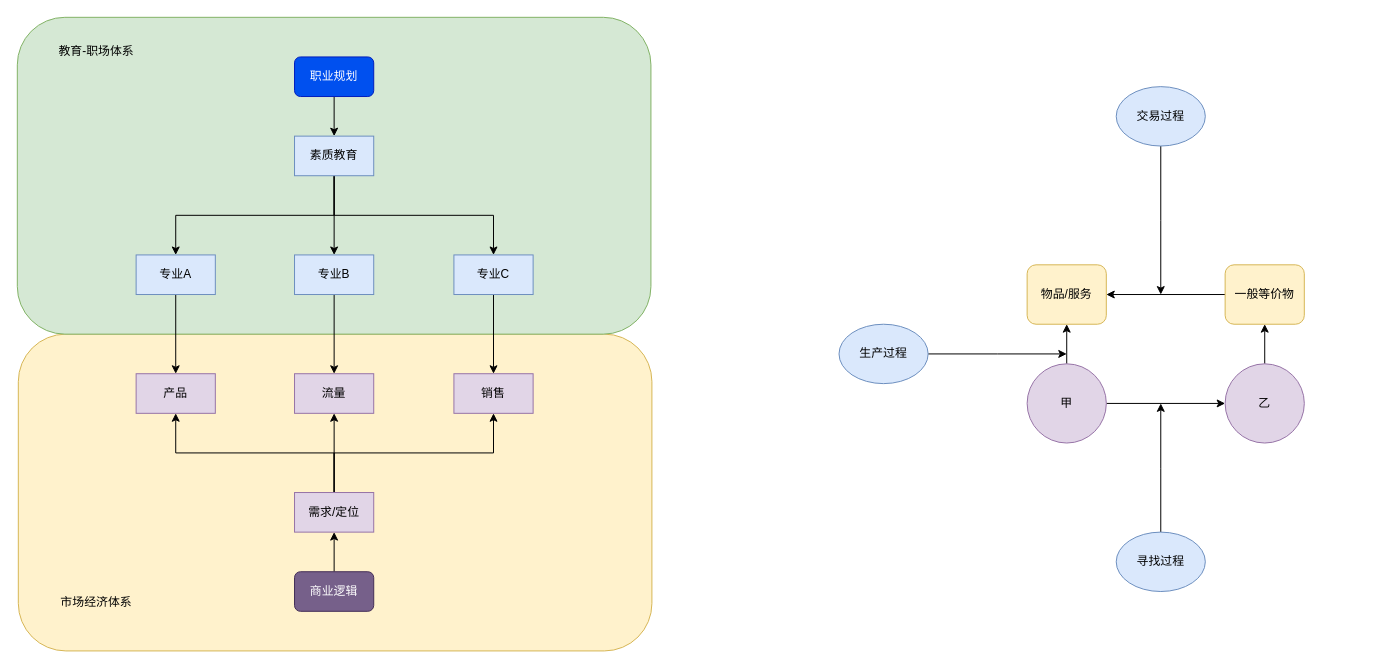
This is 转变.drawio from youyusan/life_system, a draw.io file, before an edit. Source tidied: cells renumbered, new cells numbered last; positions are measured from the earlier drawing's top-left corner, leaving out a move shared by most shapes. Both pictures are drawn from the tidied source at 99%, with x=0, y=0 at pixel (17, 17).
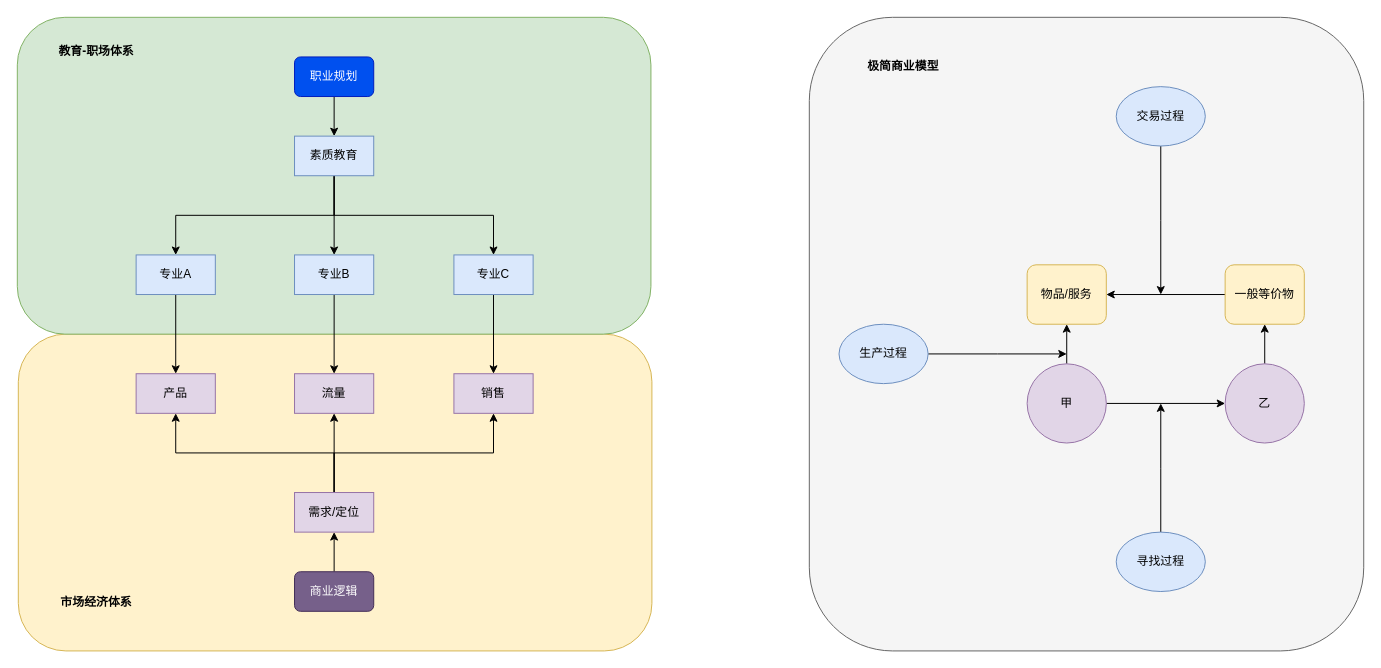
The same page after the edit.

Diff of the diagram source:
```diff
@@
+    <mxCell id="41" style="rounded=1;whiteSpace=wrap;html=1;fillColor=#f5f5f5;strokeColor=#666666;fontColor=#333333;" parent="1" vertex="1">
+      <mxGeometry x="800" width="560" height="640" as="geometry" />
+    </mxCell>
@@
-    <mxCell id="25" value="教育-职场体系" style="text;html=1;align=center;verticalAlign=middle;whiteSpace=wrap;rounded=0;" parent="1" vertex="1">
+    <mxCell id="25" value="教育-职场体系" style="text;html=1;align=center;verticalAlign=middle;whiteSpace=wrap;rounded=0;fontStyle=1;" parent="1" vertex="1">
       <mxGeometry x="30" y="20" width="100" height="30" as="geometry" />
     </mxCell>
-    <mxCell id="26" value="市场经济体系" style="text;html=1;align=center;verticalAlign=middle;whiteSpace=wrap;rounded=0;" parent="1" vertex="1">
+    <mxCell id="26" value="市场经济体系" style="text;html=1;align=center;verticalAlign=middle;whiteSpace=wrap;rounded=0;fontStyle=1;" parent="1" vertex="1">
       <mxGeometry x="30" y="576" width="100" height="30" as="geometry" />
     </mxCell>
@@
+    <mxCell id="42" value="极简商业模型" style="text;html=1;align=center;verticalAlign=middle;whiteSpace=wrap;rounded=0;fontStyle=1;" parent="1" vertex="1">
+      <mxGeometry x="850" y="30" width="90" height="40" as="geometry" />
+    </mxCell>
```
